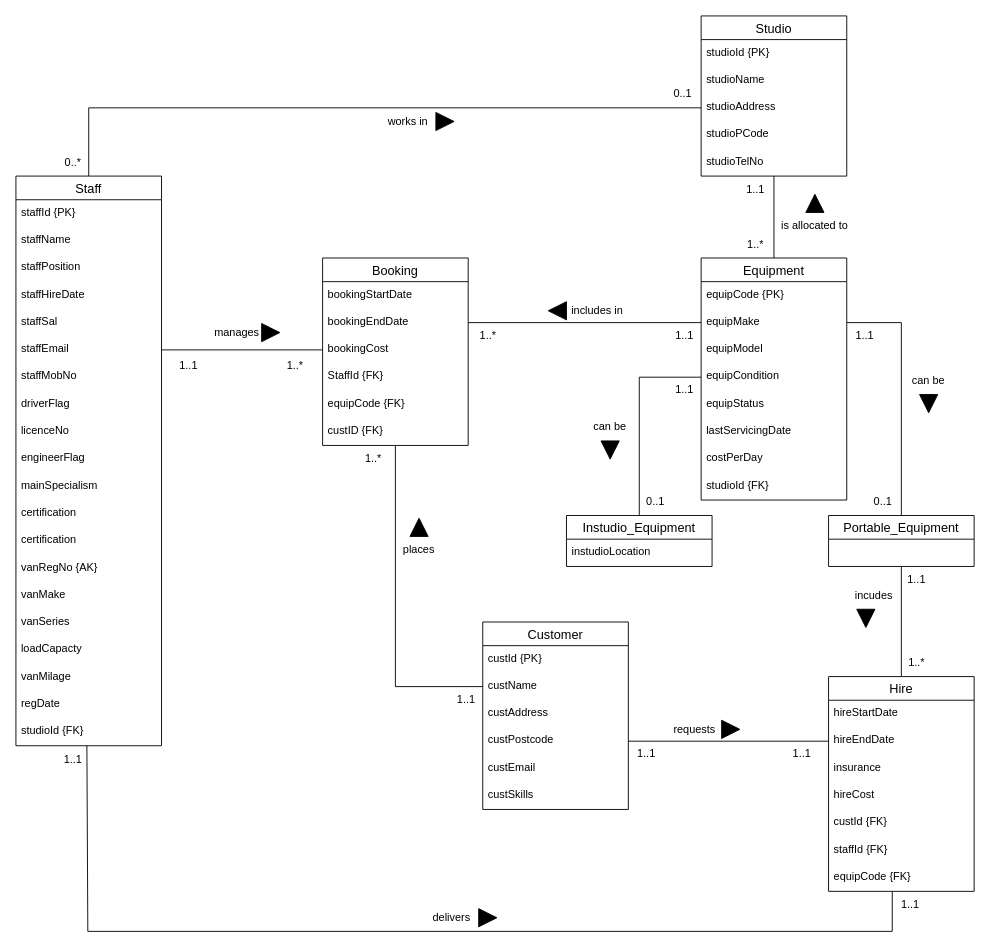
Before: page "Version 1" (1 of 2) of Part B/Part_B.drawio in ChitharaKarunasekera/DatabaseSystemsCoursework, a draw.io diagram. Source tidied: cells renumbered, new cells numbered last; positions are measured from the earlier drawing's top-left corner, leaving out a move shared by most shapes. Both pictures are drawn from the tidied source at 91%, with x=0, y=0 at pixel (15, 15).
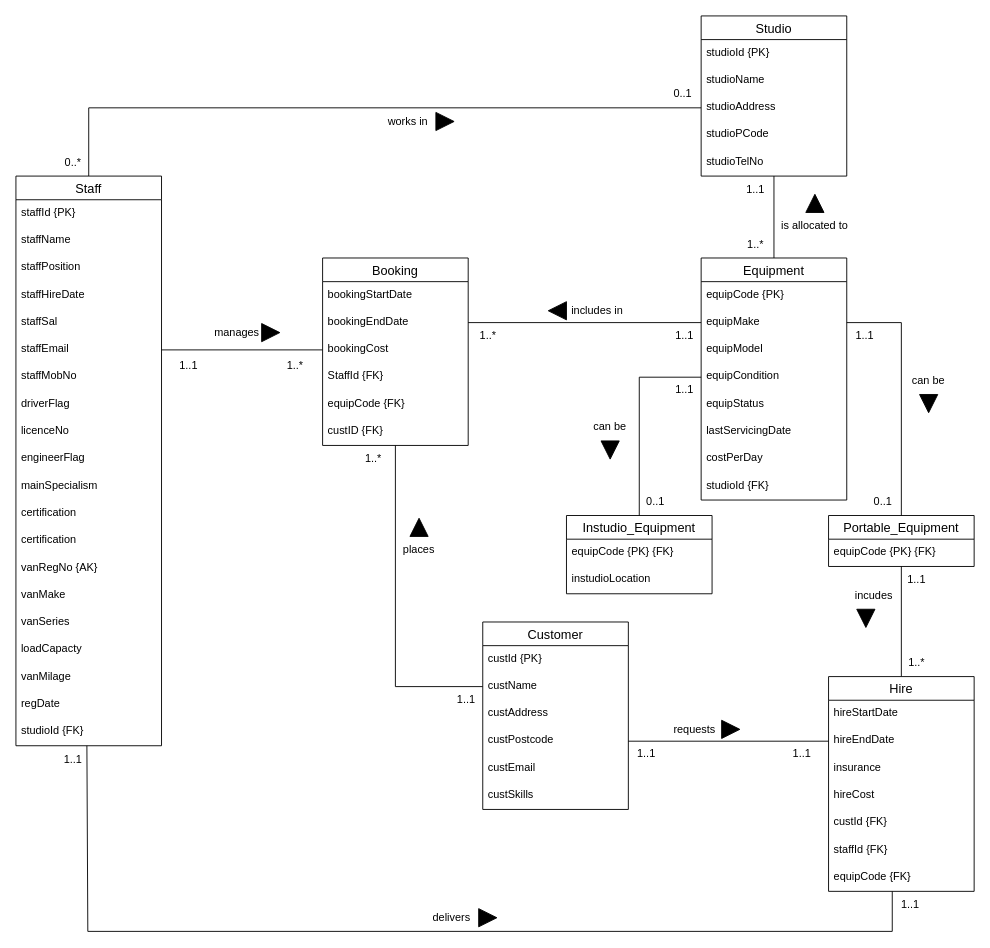
The same diagram, later.

Unchanged cells that the change refers to:
```xml
<mxCell id="36" value="Portable_Equipment" style="swimlane;fontStyle=0;horizontal=1;startSize=26;align=center;fontSize=14;fontColor=#000000;" parent="1" vertex="1">
  <mxGeometry x="893" y="549" width="160" height="56" as="geometry" />
</mxCell>
```

What changed in the source:
```diff
@@
     <mxCell id="34" value="Instudio_Equipment" style="swimlane;fontStyle=0;horizontal=1;startSize=26;align=center;fontSize=14;fontColor=#000000;" parent="1" vertex="1">
-      <mxGeometry x="605" y="549" width="160" height="56" as="geometry" />
+      <mxGeometry x="605" y="549" width="160" height="86" as="geometry" />
     </mxCell>
+    <mxCell id="113" value="equipCode {PK} {FK}" style="text;strokeColor=none;fillColor=none;spacingLeft=4;spacingRight=4;overflow=hidden;fontSize=12;fontColor=#000000;" parent="34" vertex="1">
+      <mxGeometry y="26" width="160" height="30" as="geometry" />
+    </mxCell>
     <mxCell id="35" value="instudioLocation" style="text;strokeColor=none;fillColor=none;spacingLeft=4;spacingRight=4;overflow=hidden;fontSize=12;fontColor=#000000;" parent="34" vertex="1">
-      <mxGeometry y="26" width="160" height="30" as="geometry" />
+      <mxGeometry y="56" width="160" height="30" as="geometry" />
     </mxCell>
@@
+    <mxCell id="114" value="equipCode {PK} {FK}" style="text;strokeColor=none;fillColor=none;spacingLeft=4;spacingRight=4;overflow=hidden;fontSize=12;fontColor=#000000;" parent="36" vertex="1">
+      <mxGeometry y="26" width="160" height="30" as="geometry" />
+    </mxCell>
```
